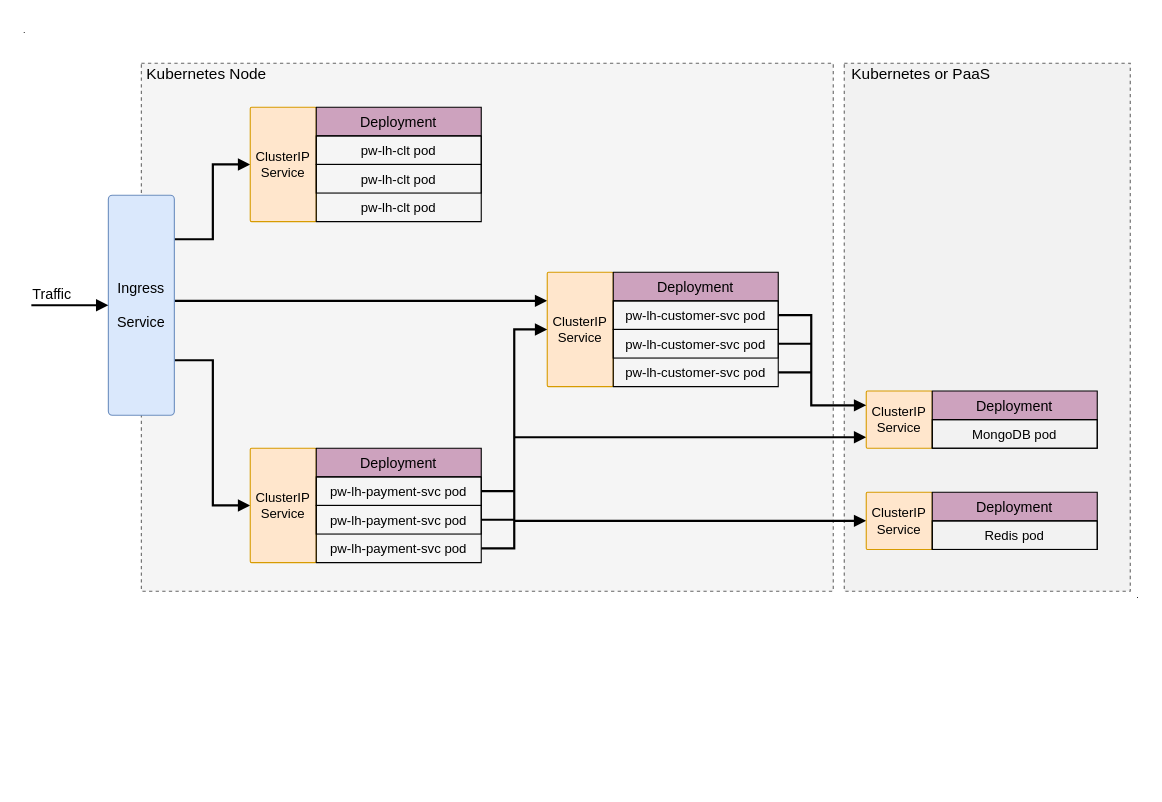
aytekinyaliz/ylz-lh-infra keeps this draw.io diagram as page "K8s" (2 of 4) of _images/High-Level_Design.drawio. Above is the earlier version. Source tidied: cells renumbered, new cells numbered last; positions are measured from the earlier drawing's top-left corner, leaving out a move shared by most shapes. Both pictures are drawn from the tidied source at 110%, with x=0, y=0 at pixel (19, 19).
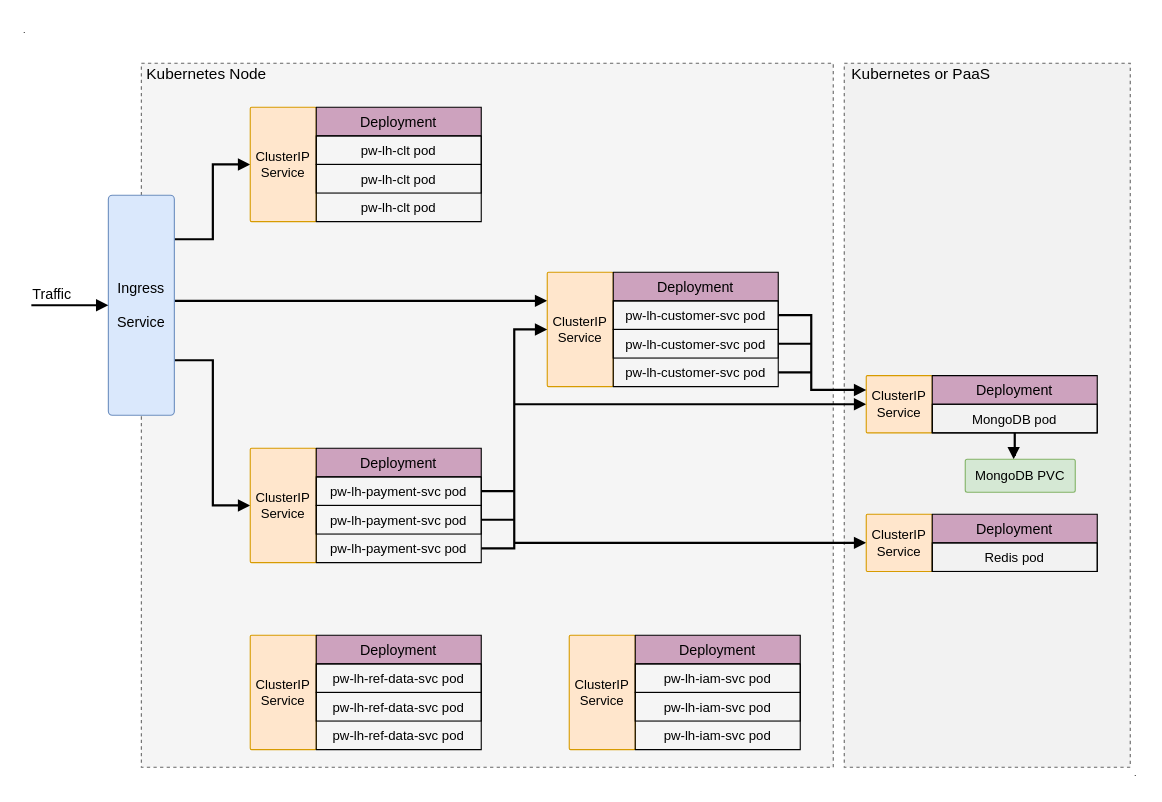
Above is the later version.

The change refers to these unchanged cells:
```xml
<mxCell id="24" value="pw-lh-customer-svc pod" style="text;strokeColor=#000000;fillColor=none;align=center;verticalAlign=top;spacingLeft=4;spacingRight=4;overflow=hidden;points=[[0,0.5],[1,0.5]];portConstraint=eastwest;" parent="23" vertex="1">
  <mxGeometry y="26" width="150" height="26" as="geometry" />
</mxCell>
```

What changed in the source:
```diff
@@
     <mxCell id="2" style="rounded=0;whiteSpace=wrap;html=1;shadow=0;dashed=1;fillColor=#F2F2F2;strokeColor=#666666;fontColor=#333333;arcSize=2;" parent="1" vertex="1">
-      <mxGeometry x="750" y="40" width="260" height="480" as="geometry" />
+      <mxGeometry x="750" y="40" width="260" height="640" as="geometry" />
     </mxCell>
     <mxCell id="3" style="rounded=0;whiteSpace=wrap;html=1;shadow=0;dashed=1;fillColor=#f5f5f5;strokeColor=#666666;fontColor=#333333;arcSize=2;" parent="1" vertex="1">
-      <mxGeometry x="111" y="40" width="629" height="480" as="geometry" />
+      <mxGeometry x="111" y="40" width="629" height="640" as="geometry" />
     </mxCell>
@@
-    <mxCell id="30" style="edgeStyle=orthogonalEdgeStyle;rounded=0;jettySize=auto;html=1;startArrow=block;startFill=1;endArrow=none;endFill=0;strokeWidth=2;fontSize=13;" parent="1" edge="1" source="31">
-      <mxGeometry relative="1" as="geometry">
-        <mxPoint x="450" y="380" as="targetPoint" />
-        <Array as="points">
-          <mxPoint x="690" y="380" />
-          <mxPoint x="690" y="380" />
-        </Array>
-      </mxGeometry>
-    </mxCell>
+    <mxCell id="43" style="edgeStyle=orthogonalEdgeStyle;rounded=0;jettySize=auto;html=1;endArrow=none;endFill=0;strokeWidth=2;startArrow=block;startFill=1;" parent="1" edge="1" source="31">
+      <mxGeometry relative="1" as="geometry">
+        <mxPoint x="450" y="350" as="targetPoint" />
+      </mxGeometry>
+    </mxCell>
     <mxCell id="31" value="ClusterIP&lt;br&gt;Service" style="rounded=1;whiteSpace=wrap;html=1;shadow=0;fillColor=#ffe6cc;strokeColor=#d79b00;arcSize=2;" parent="1" vertex="1">
-      <mxGeometry x="770" y="338" width="60" height="52" as="geometry" />
+      <mxGeometry x="770" y="324" width="60" height="52" as="geometry" />
     </mxCell>
-    <mxCell id="32" value="Deployment" style="swimlane;fontStyle=0;horizontal=1;startSize=26;fillColor=#CDA2BE;strokeColor=#000000;fontSize=13;" parent="1" vertex="1">
-      <mxGeometry x="830" y="338" width="150" height="52" as="geometry" />
-    </mxCell>
-    <mxCell id="33" value="MongoDB pod" style="text;strokeColor=#000000;fillColor=none;align=center;verticalAlign=top;spacingLeft=4;spacingRight=4;overflow=hidden;" parent="32" vertex="1">
-      <mxGeometry y="26" width="150" height="26" as="geometry" />
-    </mxCell>
     <mxCell id="34" style="edgeStyle=orthogonalEdgeStyle;rounded=0;jettySize=auto;html=1;endArrow=none;endFill=0;strokeWidth=2;fontSize=13;startArrow=block;startFill=1;" parent="1" edge="1" source="35">
       <mxGeometry relative="1" as="geometry">
-        <mxPoint x="450" y="456" as="targetPoint" />
+        <mxPoint x="450" y="476" as="targetPoint" />
       </mxGeometry>
     </mxCell>
     <mxCell id="35" value="ClusterIP&lt;br&gt;Service" style="rounded=1;whiteSpace=wrap;html=1;shadow=0;fillColor=#ffe6cc;strokeColor=#d79b00;arcSize=2;" parent="1" vertex="1">
-      <mxGeometry x="770" y="430" width="60" height="52" as="geometry" />
+      <mxGeometry x="770" y="450" width="60" height="52" as="geometry" />
     </mxCell>
-    <mxCell id="36" value="Deployment" style="swimlane;fontStyle=0;horizontal=1;startSize=26;fillColor=#CDA2BE;strokeColor=#000000;fontSize=13;" parent="1" vertex="1">
-      <mxGeometry x="830" y="430" width="150" height="52" as="geometry" />
-    </mxCell>
-    <mxCell id="37" value="Redis pod" style="text;strokeColor=#000000;fillColor=none;align=center;verticalAlign=top;spacingLeft=4;spacingRight=4;overflow=hidden;" parent="36" vertex="1">
-      <mxGeometry y="26" width="150" height="26" as="geometry" />
-    </mxCell>
-    <mxCell id="38" style="edgeStyle=orthogonalEdgeStyle;rounded=0;jettySize=auto;html=1;entryX=0;entryY=0.25;entryDx=0;entryDy=0;startArrow=none;startFill=0;endArrow=block;endFill=1;strokeWidth=2;fontSize=13;" parent="1" edge="1" source="24" target="31">
-      <mxGeometry relative="1" as="geometry">
-        <Array as="points">
-          <mxPoint x="720" y="269" />
-          <mxPoint x="720" y="351" />
-        </Array>
-      </mxGeometry>
-    </mxCell>
@@
     <mxCell id="42" value="." style="text;html=1;strokeColor=none;fillColor=none;align=center;verticalAlign=middle;whiteSpace=wrap;rounded=0;fontSize=8;" parent="1" vertex="1">
-      <mxGeometry x="1012" y="514" width="10" height="20" as="geometry" />
+      <mxGeometry x="1010" y="675" width="10" height="20" as="geometry" />
     </mxCell>
+    <mxCell id="36" value="Deployment" style="swimlane;fontStyle=0;horizontal=1;startSize=26;fillColor=#CDA2BE;strokeColor=#000000;fontSize=13;" parent="1" vertex="1">
+      <mxGeometry x="830" y="450" width="150" height="52" as="geometry" />
+    </mxCell>
+    <mxCell id="37" value="Redis pod" style="text;strokeColor=#000000;fillColor=none;align=center;verticalAlign=top;spacingLeft=4;spacingRight=4;overflow=hidden;" parent="36" vertex="1">
+      <mxGeometry y="26" width="150" height="26" as="geometry" />
+    </mxCell>
+    <mxCell id="44" style="edgeStyle=orthogonalEdgeStyle;rounded=0;jettySize=auto;html=1;entryX=0.44;entryY=0;entryDx=0;entryDy=0;entryPerimeter=0;startArrow=none;startFill=0;endArrow=block;endFill=1;strokeWidth=2;" parent="1" edge="1" source="32" target="45">
+      <mxGeometry relative="1" as="geometry" />
+    </mxCell>
+    <mxCell id="32" value="Deployment" style="swimlane;fontStyle=0;horizontal=1;startSize=26;fillColor=#CDA2BE;strokeColor=#000000;fontSize=13;" parent="1" vertex="1">
+      <mxGeometry x="830" y="324" width="150" height="52" as="geometry" />
+    </mxCell>
+    <mxCell id="33" value="MongoDB pod" style="text;strokeColor=#000000;fillColor=none;align=center;verticalAlign=top;spacingLeft=4;spacingRight=4;overflow=hidden;" parent="32" vertex="1">
+      <mxGeometry y="26" width="150" height="26" as="geometry" />
+    </mxCell>
+    <mxCell id="38" style="edgeStyle=orthogonalEdgeStyle;rounded=0;jettySize=auto;html=1;entryX=0;entryY=0.25;entryDx=0;entryDy=0;strokeWidth=2;endArrow=block;endFill=1;" parent="1" edge="1" source="24" target="31">
+      <mxGeometry relative="1" as="geometry">
+        <Array as="points">
+          <mxPoint x="720" y="269" />
+          <mxPoint x="720" y="337" />
+        </Array>
+      </mxGeometry>
+    </mxCell>
+    <mxCell id="45" value="MongoDB PVC" style="rounded=1;whiteSpace=wrap;html=1;shadow=0;fillColor=#d5e8d4;strokeColor=#82b366;arcSize=6;" parent="1" vertex="1">
+      <mxGeometry x="860" y="400" width="100" height="30" as="geometry" />
+    </mxCell>
+    <mxCell id="46" value="ClusterIP&lt;br&gt;Service" style="rounded=1;whiteSpace=wrap;html=1;shadow=0;fillColor=#ffe6cc;strokeColor=#d79b00;arcSize=2;" parent="1" vertex="1">
+      <mxGeometry x="210" y="560" width="60" height="104" as="geometry" />
+    </mxCell>
+    <mxCell id="47" value="ClusterIP&lt;br&gt;Service" style="rounded=1;whiteSpace=wrap;html=1;shadow=0;fillColor=#ffe6cc;strokeColor=#d79b00;arcSize=2;" parent="1" vertex="1">
+      <mxGeometry x="500" y="560" width="60" height="104" as="geometry" />
+    </mxCell>
+    <mxCell id="48" value="Deployment" style="swimlane;fontStyle=0;horizontal=1;startSize=26;fillColor=#CDA2BE;strokeColor=#000000;fontSize=13;" parent="1" vertex="1">
+      <mxGeometry x="270" y="560" width="150" height="104" as="geometry" />
+    </mxCell>
+    <mxCell id="49" value="pw-lh-ref-data-svc pod" style="text;strokeColor=#000000;fillColor=none;align=center;verticalAlign=top;spacingLeft=4;spacingRight=4;overflow=hidden;" parent="48" vertex="1">
+      <mxGeometry y="26" width="150" height="26" as="geometry" />
+    </mxCell>
+    <mxCell id="50" value="pw-lh-ref-data-svc pod" style="text;strokeColor=#000000;fillColor=none;align=center;verticalAlign=top;spacingLeft=4;spacingRight=4;overflow=hidden;labelBorderColor=none;labelBackgroundColor=none;" parent="48" vertex="1">
+      <mxGeometry y="52" width="150" height="26" as="geometry" />
+    </mxCell>
+    <mxCell id="51" value="pw-lh-ref-data-svc pod" style="text;strokeColor=none;fillColor=none;align=center;verticalAlign=top;spacingLeft=4;spacingRight=4;overflow=hidden;" parent="48" vertex="1">
+      <mxGeometry y="78" width="150" height="26" as="geometry" />
+    </mxCell>
+    <mxCell id="52" value="Deployment" style="swimlane;fontStyle=0;horizontal=1;startSize=26;fillColor=#CDA2BE;strokeColor=#000000;fontSize=13;" parent="1" vertex="1">
+      <mxGeometry x="560" y="560" width="150" height="104" as="geometry" />
+    </mxCell>
+    <mxCell id="53" value="pw-lh-iam-svc pod" style="text;strokeColor=#000000;fillColor=none;align=center;verticalAlign=top;spacingLeft=4;spacingRight=4;overflow=hidden;" parent="52" vertex="1">
+      <mxGeometry y="26" width="150" height="26" as="geometry" />
+    </mxCell>
+    <mxCell id="54" value="pw-lh-iam-svc pod" style="text;strokeColor=#000000;fillColor=none;align=center;verticalAlign=top;spacingLeft=4;spacingRight=4;overflow=hidden;labelBorderColor=none;labelBackgroundColor=none;" parent="52" vertex="1">
+      <mxGeometry y="52" width="150" height="26" as="geometry" />
+    </mxCell>
+    <mxCell id="55" value="pw-lh-iam-svc pod" style="text;strokeColor=none;fillColor=none;align=center;verticalAlign=top;spacingLeft=4;spacingRight=4;overflow=hidden;" parent="52" vertex="1">
+      <mxGeometry y="78" width="150" height="26" as="geometry" />
+    </mxCell>
```
